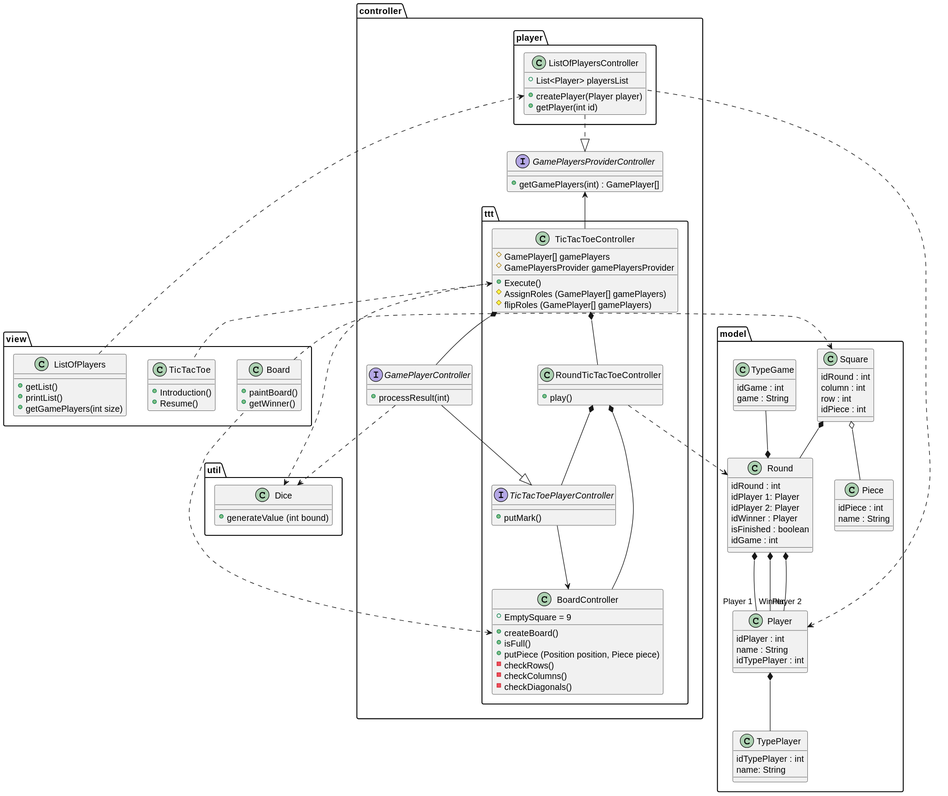
This is docs/Diagrams/MVC/TicTacToe.svg from jesus-a-barrera/games-platform-api, a PlantUML export, as it was before one commit. The source it was exported from:
```plantuml
@startuml TicTacToe

package model {
    class Player{
        idPlayer : int
        name : String
        idTypePlayer : int
    }
    class Round {
        idRound : int
        idPlayer 1: Player
        idPlayer 2: Player
        idWinner : Player
        isFinished : boolean
        idGame : int
    }
    class TypePlayer {
        idTypePlayer : int
        name: String
    }
    class Piece{
        idPiece : int
        name : String
    }

    class Square {
        idRound : int
        column : int
        row : int
        idPiece : int
    }

    class TypeGame {
        idGame : int
        game : String
    }

    Square o-- Piece

    Round *-- "Player 1" Player
    Round *-- "Player 2" Player
    Round *-- "Winner" Player

    Square *-- Round


    Player *-- TypePlayer
    TypeGame --* Round
}

package util {
    class Dice{
        +generateValue (int bound)
    }
}

package controller{
    package player {

        class ListOfPlayersController {
            +createPlayer(Player player)
            +getPlayer(int id)
            +List<Player> playersList
        }

    }
    interface GamePlayerController {
        + processResult(int)
    }
    interface GamePlayersProviderController {
        + getGamePlayers(int) : GamePlayer[]
    }

    package ttt {
        class TicTacToeController {
            # GamePlayer[] gamePlayers
            # GamePlayersProvider gamePlayersProvider
            + Execute()
            # AssignRoles (GamePlayer[] gamePlayers)
            # flipRoles (GamePlayer[] gamePlayers)
        }
        interface TicTacToePlayerController {
            +putMark()
        }
        class RoundTicTacToeController {
            +play()
        }
        class BoardController {
            +EmptySquare = 9
            +createBoard()
            +isFull()
            +putPiece (Position position, Piece piece)
            -checkRows()
            -checkColumns()
            -checkDiagonals()
        }
    }
}

package view {
    class TicTacToe {
        + Introduction()
        + Resume()
    }

    class ListOfPlayers {
        +getList()
        +printList()
        +getGamePlayers(int size)
    }

    class Board {
        +paintBoard()
        +getWinner()
    }
}

TicTacToeController *-- RoundTicTacToeController

RoundTicTacToeController *-- TicTacToePlayerController
RoundTicTacToeController *-- BoardController

TicTacToeController ..> Dice
TicTacToeController -up-> GamePlayersProviderController

Dice <.up. GamePlayerController
ListOfPlayersController ..|> GamePlayersProviderController

TicTacToeController *-- GamePlayerController
TicTacToePlayerController-->BoardController

GamePlayerController --|>  TicTacToePlayerController

TicTacToeController <.. TicTacToe
ListOfPlayersController <.. ListOfPlayers
BoardController <.. Board
Board .right.> Square
RoundTicTacToeController ..> Round
ListOfPlayersController .up.> Player
@enduml
```
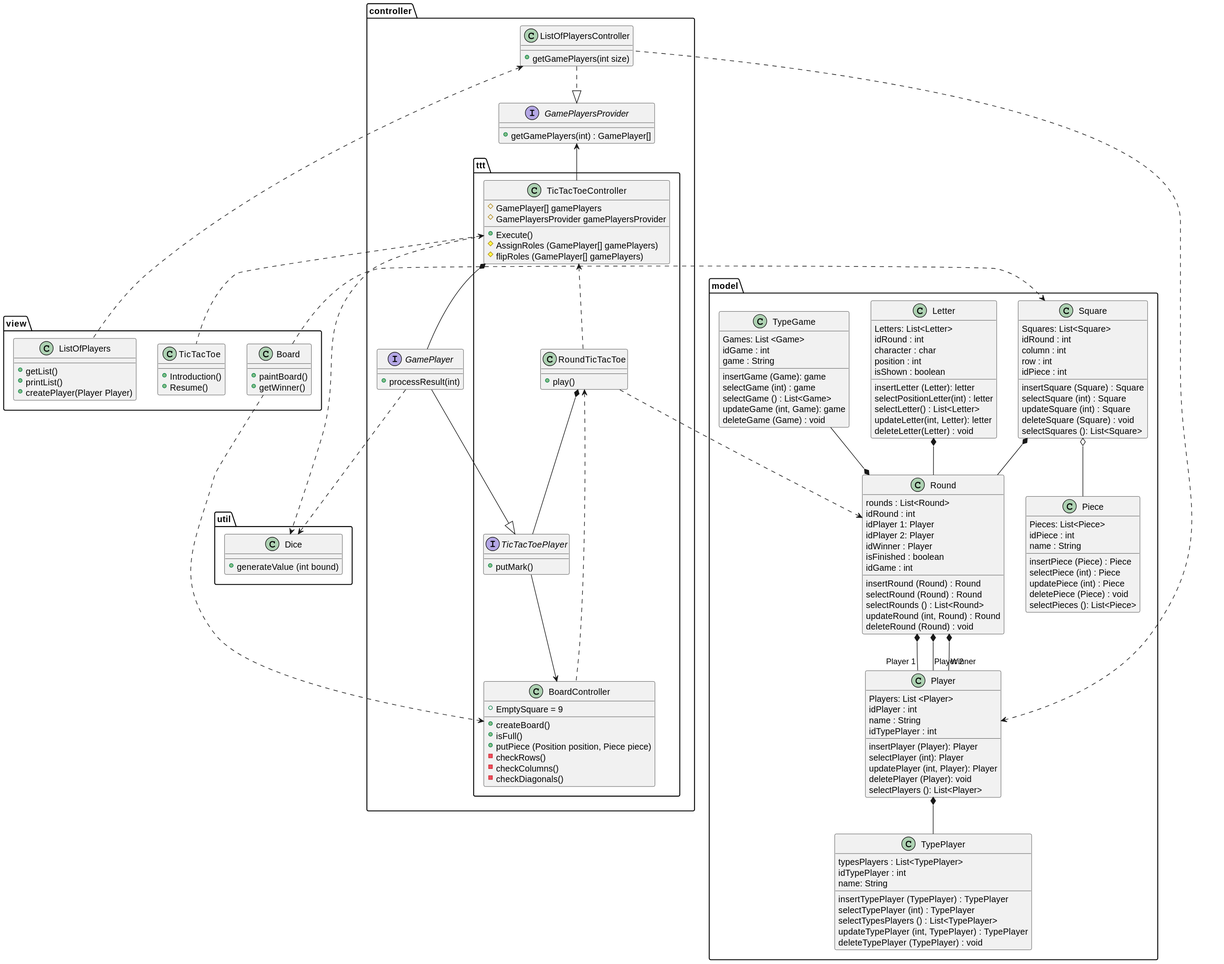
The same diagram one commit later.

What changed in the source:
```diff
@@ -2,37 +2,85 @@
 
 package model {
     class Player{
+        Players: List <Player>
         idPlayer : int
         name : String
         idTypePlayer : int
+        insertPlayer (Player): Player
+        selectPlayer (int): Player
+        updatePlayer (int, Player): Player
+        deletePlayer (Player): void
+        selectPlayers (): List<Player>
     }
     class Round {
+        rounds : List<Round>
         idRound : int
         idPlayer 1: Player
         idPlayer 2: Player
         idWinner : Player
         isFinished : boolean
         idGame : int
+        insertRound (Round) : Round
+        selectRound (Round) : Round
+        selectRounds () : List<Round>
+        updateRound (int, Round) : Round
+        deleteRound (Round) : void
     }
     class TypePlayer {
+        typesPlayers : List<TypePlayer>
         idTypePlayer : int
         name: String
+        insertTypePlayer (TypePlayer) : TypePlayer
+        selectTypePlayer (int) : TypePlayer
+        selectTypesPlayers () : List<TypePlayer>
+        updateTypePlayer (int, TypePlayer) : TypePlayer
+        deleteTypePlayer (TypePlayer) : void
     }
     class Piece{
+        Pieces: List<Piece>
         idPiece : int
         name : String
+        insertPiece (Piece) : Piece
+        selectPiece (int) : Piece
+        updatePiece (int) : Piece
+        deletePiece (Piece) : void
+        selectPieces (): List<Piece>
     }
 
     class Square {
+        Squares: List<Square>
         idRound : int
         column : int
         row : int
         idPiece : int
+        insertSquare (Square) : Square
+        selectSquare (int) : Square
+        updateSquare (int) : Square
+        deleteSquare (Square) : void
+        selectSquares (): List<Square>
+    }
+    class Letter {
+        Letters: List<Letter>
+        idRound : int
+        character : char
+        position : int
+        isShown : boolean
+        insertLetter (Letter): letter
+        selectPositionLetter(int) : letter
+        selectLetter() : List<Letter>
+        updateLetter(int, Letter): letter
+        deleteLetter(Letter) : void
     }
 
     class TypeGame {
+        Games: List <Game>
         idGame : int
         game : String
+        insertGame (Game): game
+        selectGame (int) : game
+        selectGame () : List<Game>
+        updateGame (int, Game): game
+        deleteGame (Game) : void
     }
 
     Square o-- Piece
@@ -45,6 +93,8 @@
 
 
     Player *-- TypePlayer
+    Letter *-- Round
+
     TypeGame --* Round
 }
 
@@ -55,19 +105,14 @@
 }
 
 package controller{
-    package player {
+    class ListOfPlayersController {
+        +getGamePlayers(int size)
+    }
 
-        class ListOfPlayersController {
-            +createPlayer(Player player)
-            +getPlayer(int id)
-            +List<Player> playersList
-        }
-
-    }
-    interface GamePlayerController {
+    interface GamePlayer {
         + processResult(int)
     }
-    interface GamePlayersProviderController {
+    interface GamePlayersProvider {
         + getGamePlayers(int) : GamePlayer[]
     }
 
@@ -79,10 +124,10 @@
             # AssignRoles (GamePlayer[] gamePlayers)
             # flipRoles (GamePlayer[] gamePlayers)
         }
-        interface TicTacToePlayerController {
+        interface TicTacToePlayer {
             +putMark()
         }
-        class RoundTicTacToeController {
+        class RoundTicTacToe {
             +play()
         }
         class BoardController {
@@ -106,7 +151,7 @@
     class ListOfPlayers {
         +getList()
         +printList()
-        +getGamePlayers(int size)
+        +createPlayer(Player Player)
     }
 
     class Board {
@@ -115,26 +160,26 @@
     }
 }
 
-TicTacToeController *-- RoundTicTacToeController
+TicTacToeController <.. RoundTicTacToe
 
-RoundTicTacToeController *-- TicTacToePlayerController
-RoundTicTacToeController *-- BoardController
+RoundTicTacToe *-- TicTacToePlayer
+RoundTicTacToe <.. BoardController
 
 TicTacToeController ..> Dice
-TicTacToeController -up-> GamePlayersProviderController
+TicTacToeController -up-> GamePlayersProvider
 
-Dice <.up. GamePlayerController
-ListOfPlayersController ..|> GamePlayersProviderController
+Dice <.up. GamePlayer
+ListOfPlayersController ..|> GamePlayersProvider
 
-TicTacToeController *-- GamePlayerController
-TicTacToePlayerController-->BoardController
+TicTacToeController *-- GamePlayer
+TicTacToePlayer-->BoardController
 
-GamePlayerController --|>  TicTacToePlayerController
+GamePlayer --|>  TicTacToePlayer
 
 TicTacToeController <.. TicTacToe
 ListOfPlayersController <.. ListOfPlayers
 BoardController <.. Board
 Board .right.> Square
-RoundTicTacToeController ..> Round
+RoundTicTacToe ..> Round
 ListOfPlayersController .up.> Player
 @enduml
```
